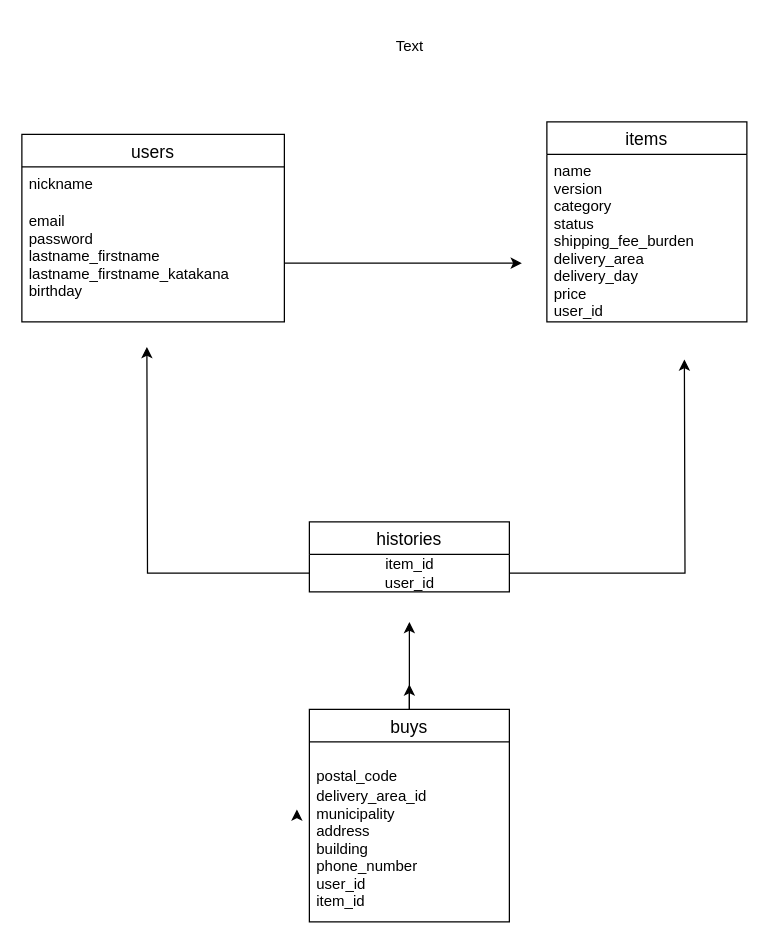
yukiukisato/furima-34777 keeps this draw.io diagram as furima.dio. Above is the earlier version. Source tidied: cells renumbered, new cells numbered last; positions are measured from the earlier drawing's top-left corner, leaving out a move shared by most shapes. Both pictures are drawn from the tidied source at 125%, with x=0, y=0 at pixel (21, 34).
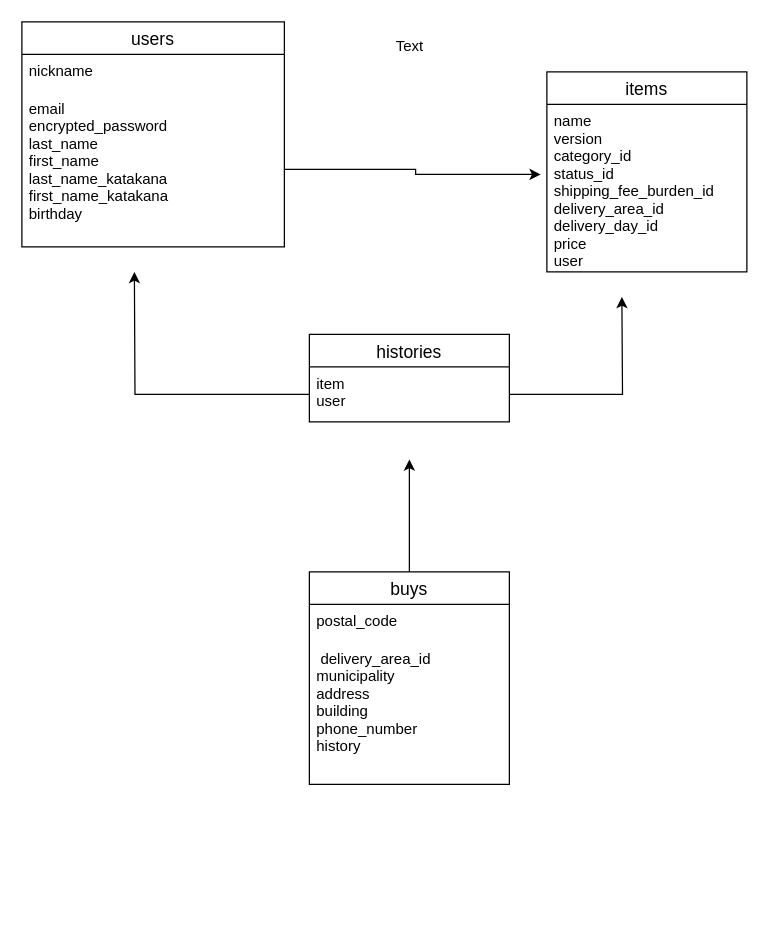
The same diagram, later.

Commit message (it also covers changes not shown here):
Basic認証を導入

The edit, as a diff of the source:
```diff
@@
     <mxCell id="2" value="users" style="swimlane;fontStyle=0;horizontal=1;startSize=26;align=center;fontSize=14;" parent="1" vertex="1">
-      <mxGeometry y="80" width="210" height="150" as="geometry" />
+      <mxGeometry y="-10" width="210" height="180" as="geometry" />
     </mxCell>
@@
-    <mxCell id="4" value="email&#10;password&#10;lastname_firstname&#10;lastname_firstname_katakana&#10;birthday" style="text;strokeColor=none;fillColor=none;spacingLeft=4;spacingRight=4;overflow=hidden;points=[[0,0.5],[1,0.5]];portConstraint=eastwest;fontSize=12;" parent="2" vertex="1">
-      <mxGeometry y="56" width="210" height="94" as="geometry" />
+    <mxCell id="4" value="email&#10;encrypted_password&#10;last_name&#10;first_name&#10;last_name_katakana&#10;first_name_katakana&#10;birthday" style="text;strokeColor=none;fillColor=none;spacingLeft=4;spacingRight=4;overflow=hidden;points=[[0,0.5],[1,0.5]];portConstraint=eastwest;fontSize=12;" parent="2" vertex="1">
+      <mxGeometry y="56" width="210" height="124" as="geometry" />
     </mxCell>
     <mxCell id="5" value="items" style="swimlane;fontStyle=0;horizontal=1;startSize=26;align=center;fontSize=14;" parent="1" vertex="1">
-      <mxGeometry x="420" y="70" width="160" height="160" as="geometry" />
+      <mxGeometry x="420" y="30" width="160" height="160" as="geometry" />
     </mxCell>
-    <mxCell id="6" value="name&#10;version&#10;category&#10;status&#10;shipping_fee_burden&#10;delivery_area&#10;delivery_day&#10;price&#10;user_id" style="text;strokeColor=none;fillColor=none;spacingLeft=4;spacingRight=4;overflow=hidden;points=[[0,0.5],[1,0.5]];portConstraint=eastwest;fontSize=12;" parent="5" vertex="1">
+    <mxCell id="6" value="name&#10;version&#10;category_id&#10;status_id&#10;shipping_fee_burden_id&#10;delivery_area_id&#10;delivery_day_id&#10;price&#10;user" style="text;strokeColor=none;fillColor=none;spacingLeft=4;spacingRight=4;overflow=hidden;points=[[0,0.5],[1,0.5]];portConstraint=eastwest;fontSize=12;" parent="5" vertex="1">
       <mxGeometry y="26" width="160" height="134" as="geometry" />
     </mxCell>
-    <mxCell id="7" style="edgeStyle=orthogonalEdgeStyle;rounded=0;jettySize=auto;html=1;" parent="1" edge="1" source="9">
-      <mxGeometry relative="1" as="geometry">
-        <mxPoint x="310" y="520" as="targetPoint" />
-      </mxGeometry>
-    </mxCell>
-    <mxCell id="8" style="edgeStyle=orthogonalEdgeStyle;rounded=0;jettySize=auto;html=1;" parent="1" edge="1" source="9">
-      <mxGeometry relative="1" as="geometry">
-        <mxPoint x="310" y="470" as="targetPoint" />
-      </mxGeometry>
-    </mxCell>
+    <mxCell id="20" style="edgeStyle=orthogonalEdgeStyle;rounded=0;jettySize=auto;html=1;exitX=0.5;exitY=0;exitDx=0;exitDy=0;" parent="1" edge="1" source="9">
+      <mxGeometry relative="1" as="geometry">
+        <mxPoint x="310" y="340" as="targetPoint" />
+      </mxGeometry>
+    </mxCell>
     <mxCell id="9" value="buys" style="swimlane;fontStyle=0;horizontal=1;startSize=26;align=center;fontSize=14;" parent="1" vertex="1">
-      <mxGeometry x="230" y="540" width="160" height="170" as="geometry" />
+      <mxGeometry x="230" y="430" width="160" height="170" as="geometry" />
     </mxCell>
-    <mxCell id="10" value="&#10;postal_code&#10;" style="text;strokeColor=none;fillColor=none;spacingLeft=4;spacingRight=4;overflow=hidden;fontSize=12;" parent="9" vertex="1">
+    <mxCell id="10" value="postal_code&#10;" style="text;strokeColor=none;fillColor=none;spacingLeft=4;spacingRight=4;overflow=hidden;fontSize=12;" parent="9" vertex="1">
       <mxGeometry y="26" width="160" height="30" as="geometry" />
     </mxCell>
-    <mxCell id="11" value="delivery_area_id &#10;municipality&#10;address&#10;building&#10;phone_number&#10;user_id&#10;item_id" style="text;strokeColor=none;fillColor=none;spacingLeft=4;spacingRight=4;overflow=hidden;fontSize=12;" parent="9" vertex="1">
+    <mxCell id="11" value=" delivery_area_id &#10;municipality&#10;address&#10;building&#10;phone_number&#10;history" style="text;strokeColor=none;fillColor=none;spacingLeft=4;spacingRight=4;overflow=hidden;fontSize=12;" parent="9" vertex="1">
       <mxGeometry y="56" width="160" height="114" as="geometry" />
     </mxCell>
@@
+    <mxCell id="21" style="edgeStyle=orthogonalEdgeStyle;rounded=0;jettySize=auto;html=1;entryX=-0.031;entryY=0.418;entryDx=0;entryDy=0;entryPerimeter=0;" parent="1" edge="1" source="4" target="6">
+      <mxGeometry relative="1" as="geometry" />
+    </mxCell>
     <mxCell id="13" value="histories" style="swimlane;fontStyle=0;horizontal=1;startSize=26;align=center;fontSize=14;" parent="1" vertex="1">
-      <mxGeometry x="230" y="390" width="160" height="56" as="geometry" />
+      <mxGeometry x="230" y="240" width="160" height="70" as="geometry" />
     </mxCell>
-    <mxCell id="14" value="item_id&lt;br&gt;user_id" style="text;html=1;align=center;verticalAlign=middle;points=[];" parent="13" vertex="1">
-      <mxGeometry y="26" width="160" height="30" as="geometry" />
-    </mxCell>
-    <mxCell id="15" style="edgeStyle=orthogonalEdgeStyle;rounded=0;orthogonalLoop=1;jettySize=auto;html=1;" parent="1" edge="1">
-      <mxGeometry relative="1" as="geometry">
-        <mxPoint x="220" y="623" as="sourcePoint" />
-        <mxPoint x="220" y="620" as="targetPoint" />
-      </mxGeometry>
-    </mxCell>
-    <mxCell id="16" style="edgeStyle=orthogonalEdgeStyle;rounded=0;orthogonalLoop=1;jettySize=auto;html=1;exitX=0;exitY=0.5;exitDx=0;exitDy=0;" parent="1" edge="1">
-      <mxGeometry relative="1" as="geometry">
-        <mxPoint x="400" y="111" as="targetPoint" />
-      </mxGeometry>
-    </mxCell>
-    <mxCell id="17" style="edgeStyle=orthogonalEdgeStyle;rounded=0;jettySize=auto;html=1;" parent="1" edge="1" source="4">
-      <mxGeometry relative="1" as="geometry">
-        <mxPoint x="400" y="183" as="targetPoint" />
-      </mxGeometry>
-    </mxCell>
-    <mxCell id="18" style="edgeStyle=orthogonalEdgeStyle;rounded=0;jettySize=auto;html=1;" parent="1" edge="1" source="14">
-      <mxGeometry relative="1" as="geometry">
-        <mxPoint x="100" y="250" as="targetPoint" />
-      </mxGeometry>
-    </mxCell>
-    <mxCell id="19" style="edgeStyle=orthogonalEdgeStyle;rounded=0;jettySize=auto;html=1;" parent="1" edge="1" source="14">
-      <mxGeometry relative="1" as="geometry">
-        <mxPoint x="530" y="260" as="targetPoint" />
-      </mxGeometry>
-    </mxCell>
+    <mxCell id="22" value="item&#10;user" style="text;strokeColor=none;fillColor=none;spacingLeft=4;spacingRight=4;overflow=hidden;points=[[0,0.5],[1,0.5]];portConstraint=eastwest;fontSize=12;" parent="13" vertex="1">
+      <mxGeometry y="26" width="160" height="44" as="geometry" />
+    </mxCell>
+    <mxCell id="23" style="edgeStyle=orthogonalEdgeStyle;rounded=0;jettySize=auto;html=1;" parent="1" edge="1" source="22">
+      <mxGeometry relative="1" as="geometry">
+        <mxPoint x="480" y="210" as="targetPoint" />
+      </mxGeometry>
+    </mxCell>
+    <mxCell id="24" style="edgeStyle=orthogonalEdgeStyle;rounded=0;jettySize=auto;html=1;exitX=0;exitY=0.5;exitDx=0;exitDy=0;" parent="1" edge="1" source="22">
+      <mxGeometry relative="1" as="geometry">
+        <mxPoint x="90" y="190" as="targetPoint" />
+      </mxGeometry>
+    </mxCell>
```
